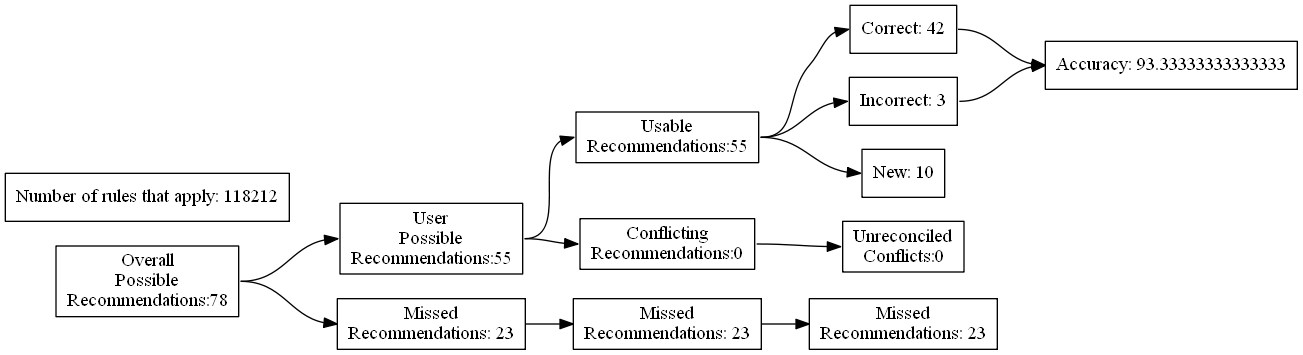
ZaxR/ibd_diet_analysis keeps this Graphviz diagram as test_renders/103.gv.png. Above is the earlier version. Its source is kept beside it as test_renders/103.gv.
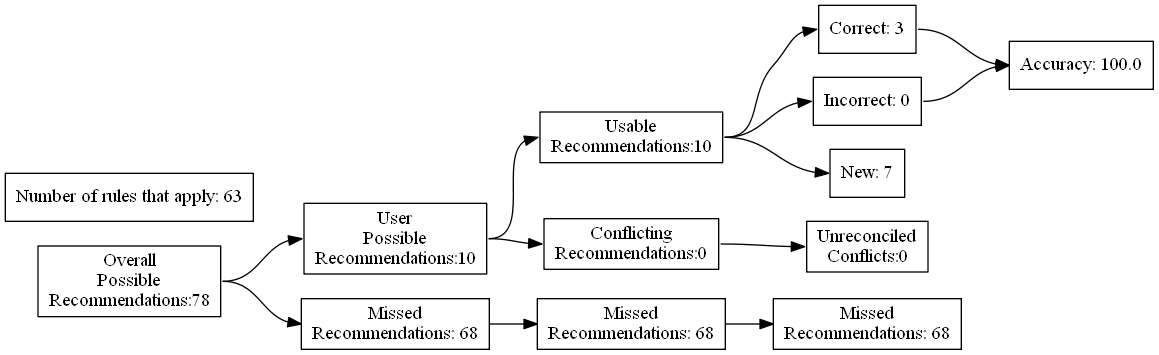
The same diagram one commit later.

What changed in the source:
```diff
@@ -7,24 +7,24 @@
 Recommendations:78"]
 		B [label="User
 Possible
-Recommendations:55"]
+Recommendations:10"]
 		C [label="Missed
-Recommendations: 23"]
+Recommendations: 68"]
 		D [label="Usable
-Recommendations:55"]
+Recommendations:10"]
 		E [label="Conflicting
 Recommendations:0"]
 		J [label="Missed
-Recommendations: 23"]
+Recommendations: 68"]
 		M [label="Unreconciled
 Conflicts:0"]
-		F [label="Correct: 42"]
-		G [label="Incorrect: 3"]
-		H [label="New: 10"]
+		F [label="Correct: 3"]
+		G [label="Incorrect: 0"]
+		H [label="New: 7"]
 		K [label="Missed
-Recommendations: 23"]
-		I [label="Accuracy: 93.33333333333333"]
-		l [label="Number of rules that apply: 118212"]
+Recommendations: 68"]
+		I [label="Accuracy: 100.0"]
+		l [label="Number of rules that apply: 63"]
 			A -> B
 			A -> C
 			B -> D
```
